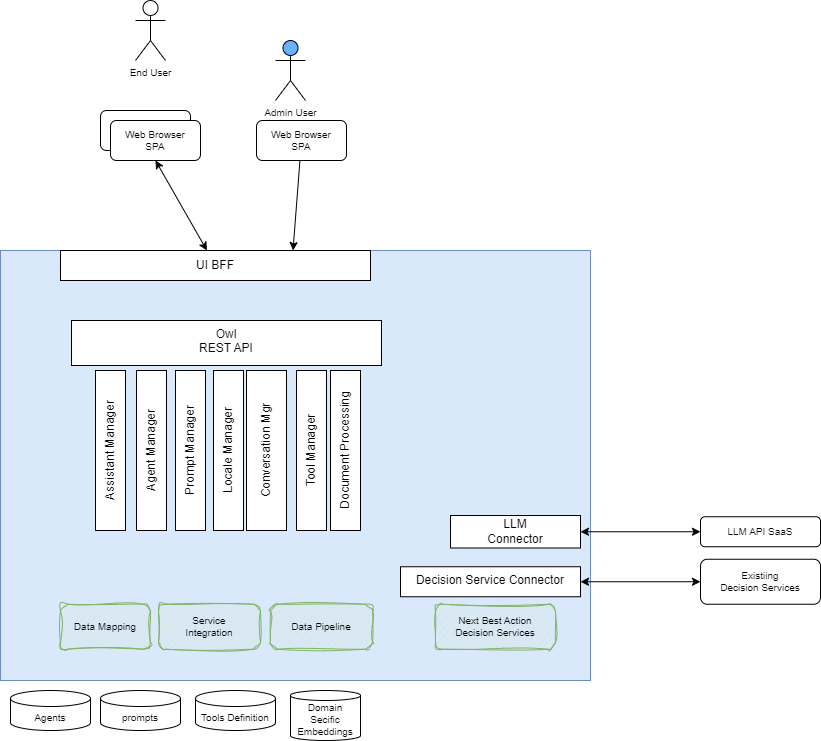
The draw.io diagram docs/diagrams/component-view.drawio.png in AthenaDecisionSystems/athena-owl-core, before a commit. Source tidied: cells renumbered, new cells last; positions are measured from the earlier drawing's top-left corner, leaving out a move shared by most shapes.
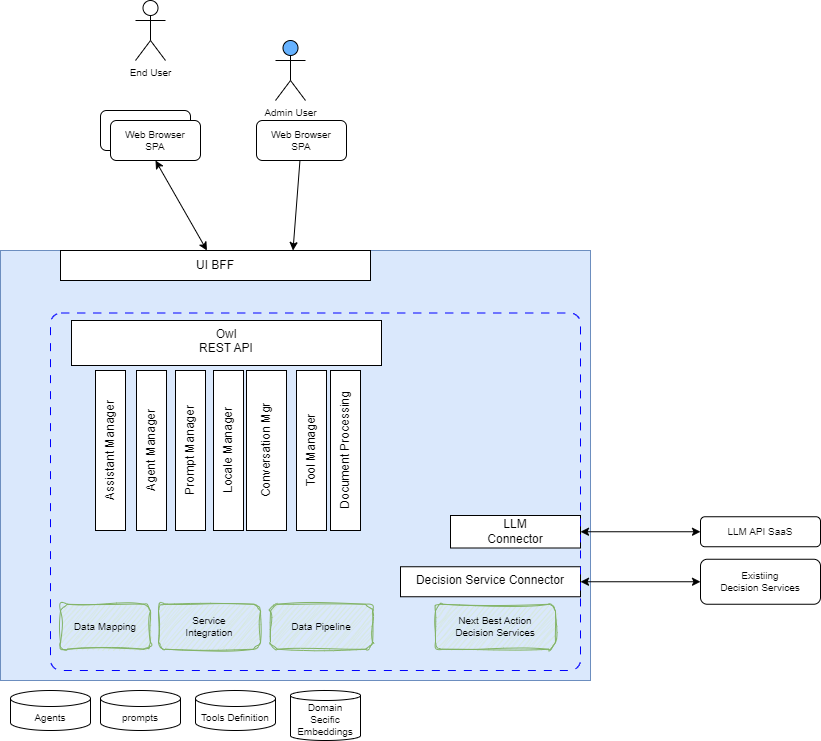
After the change.

What changed in the source:
```diff
@@ -95,5 +95,8 @@
     <mxCell id="32" value="Assistant Manager" style="rounded=0;whiteSpace=wrap;html=1;rotation=-90;" parent="1" vertex="1">
       <mxGeometry x="30" y="435" width="160" height="30" as="geometry" />
     </mxCell>
+    <mxCell id="33" style="rounded=1;whiteSpace=wrap;html=1;dashed=1;dashPattern=8 8;strokeColor=#0000FF;fillColor=none;arcSize=3;" parent="1" vertex="1">
+      <mxGeometry x="50" y="312.5" width="530" height="357.5" as="geometry" />
+    </mxCell>
   </root>
 </mxGraphModel>
```
